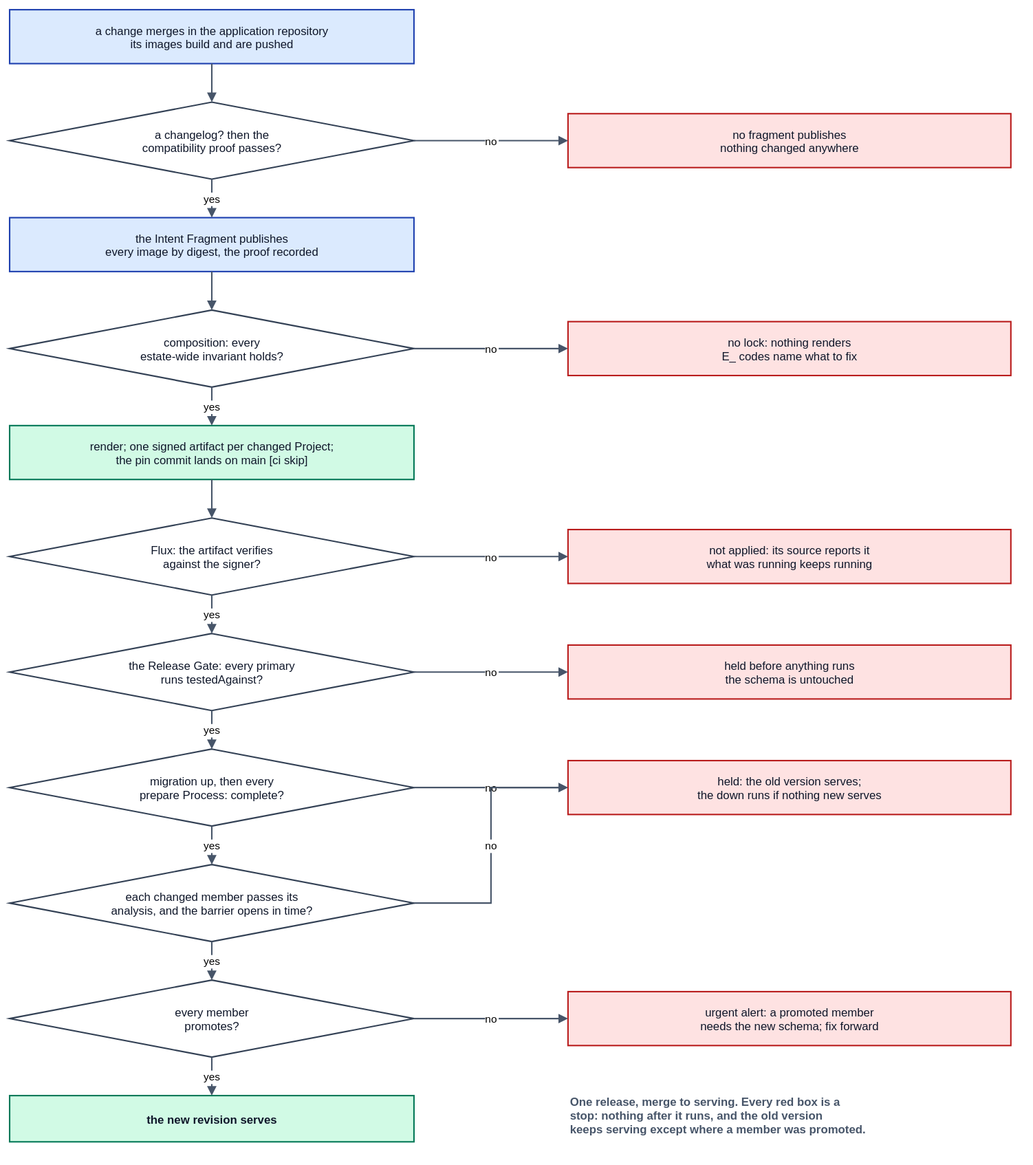
Earlier version of the draw.io export spec/v1/diagrams/55-release-sequence.drawio.svg (JorisJonkers-dev/deploy-kit). Source tidied: cells renumbered, new cells last; positions are measured from the earlier drawing's top-left corner, leaving out a move shared by most shapes.
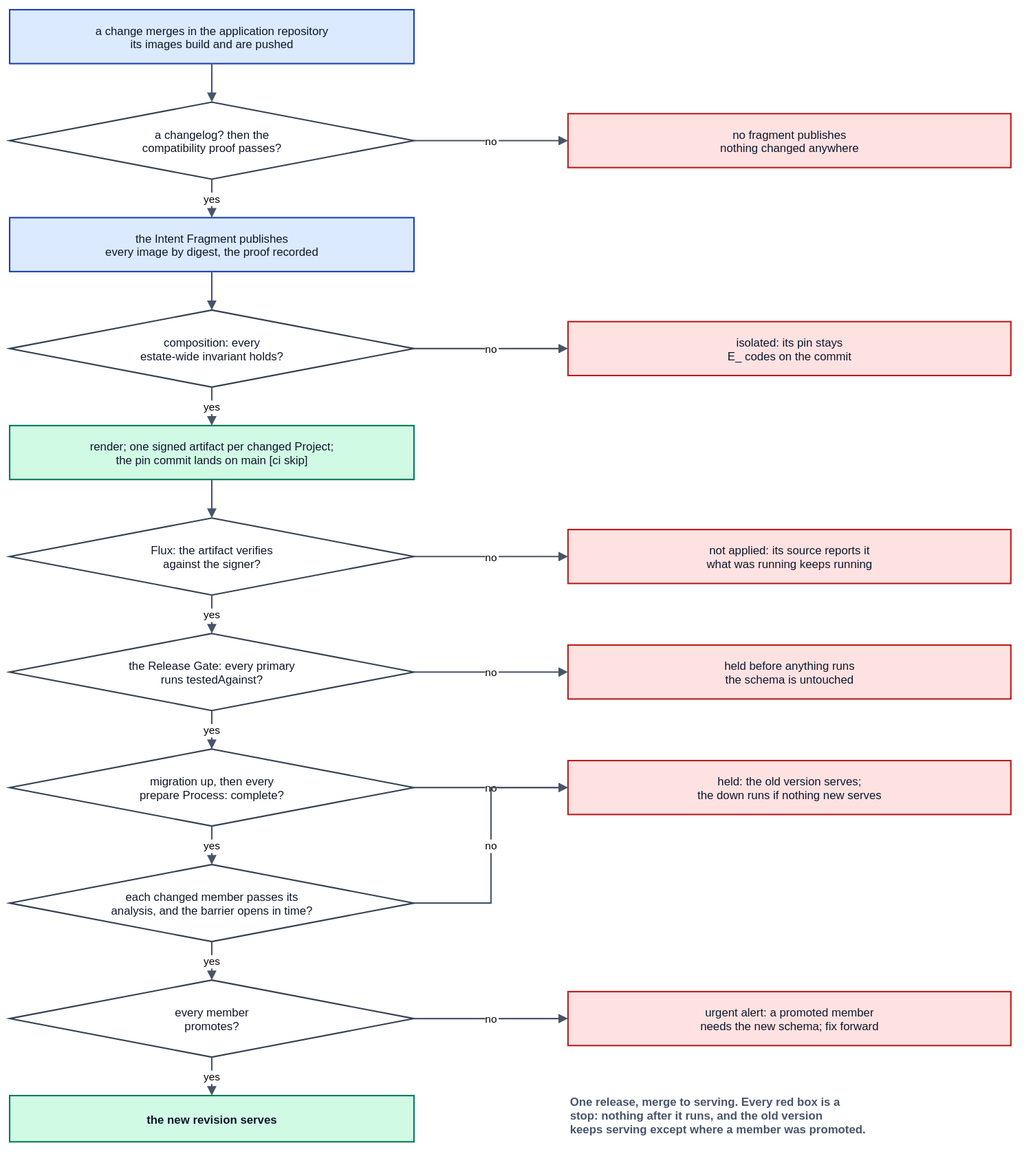
The same file after the commit.

The edit, as a diff of the source:
```diff
@@ -71,7 +71,7 @@
     <mxCell id="24" value="no" style="edgeStyle=orthogonalEdgeStyle;rounded=0;html=0;jettySize=auto;jumpStyle=arc;jumpSize=8;endArrow=block;endFill=1;strokeColor=#475569;strokeWidth=1.5;fontSize=11;fontFamily=Helvetica;labelBackgroundColor=#ffffff;exitX=1;exitY=0.5;exitDx=0;exitDy=0;entryX=0;entryY=0.5;entryDx=0;entryDy=0;" parent="1" edge="1" source="3" target="23">
       <mxGeometry relative="1" as="geometry" />
     </mxCell>
-    <mxCell id="25" value="no lock: nothing renders&#10;E_ codes name what to fix" style="rounded=0;whiteSpace=nowrap;html=0;align=center;verticalAlign=middle;fillColor=#fee2e2;strokeColor=#b91c1c;strokeWidth=1.5;fontFamily=Helvetica;fontSize=12;fontColor=#0f172a;" parent="1" vertex="1">
+    <mxCell id="25" value="isolated: its pin stays&#10;E_ codes on the commit" style="rounded=0;whiteSpace=nowrap;html=0;align=center;verticalAlign=middle;fillColor=#fee2e2;strokeColor=#b91c1c;strokeWidth=1.5;fontFamily=Helvetica;fontSize=12;fontColor=#0f172a;" parent="1" vertex="1">
       <mxGeometry x="580" y="324" width="460" height="56" as="geometry" />
     </mxCell>
     <mxCell id="26" value="no" style="edgeStyle=orthogonalEdgeStyle;rounded=0;html=0;jettySize=auto;jumpStyle=arc;jumpSize=8;endArrow=block;endFill=1;strokeColor=#475569;strokeWidth=1.5;fontSize=11;fontFamily=Helvetica;labelBackgroundColor=#ffffff;exitX=1;exitY=0.5;exitDx=0;exitDy=0;entryX=0;entryY=0.5;entryDx=0;entryDy=0;" parent="1" edge="1" source="5" target="25">
```
